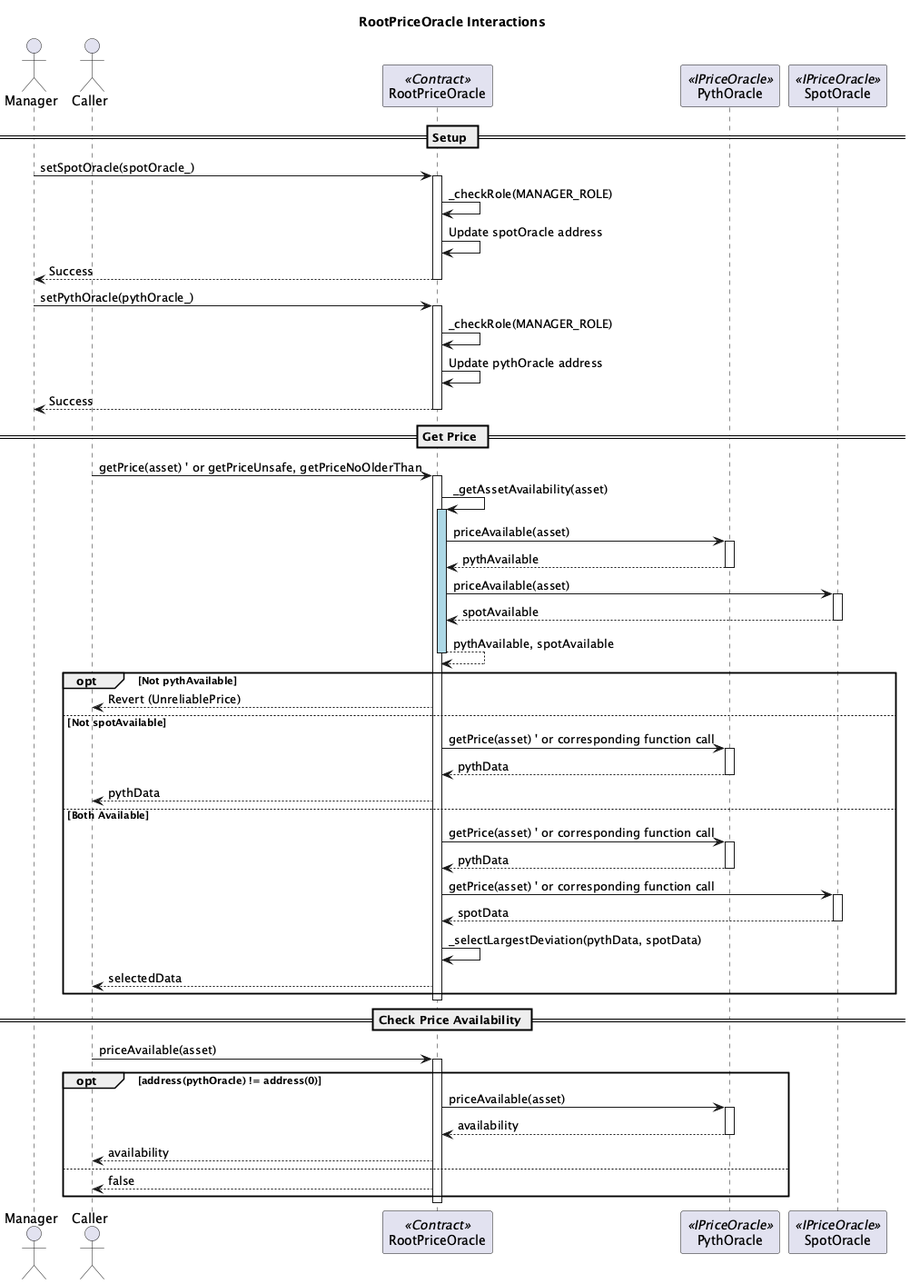
The PlantUML diagram diagrams/diag-images/extras/RootPriceOracle_Sequence.png in swollows/berachain-core, before a commit.
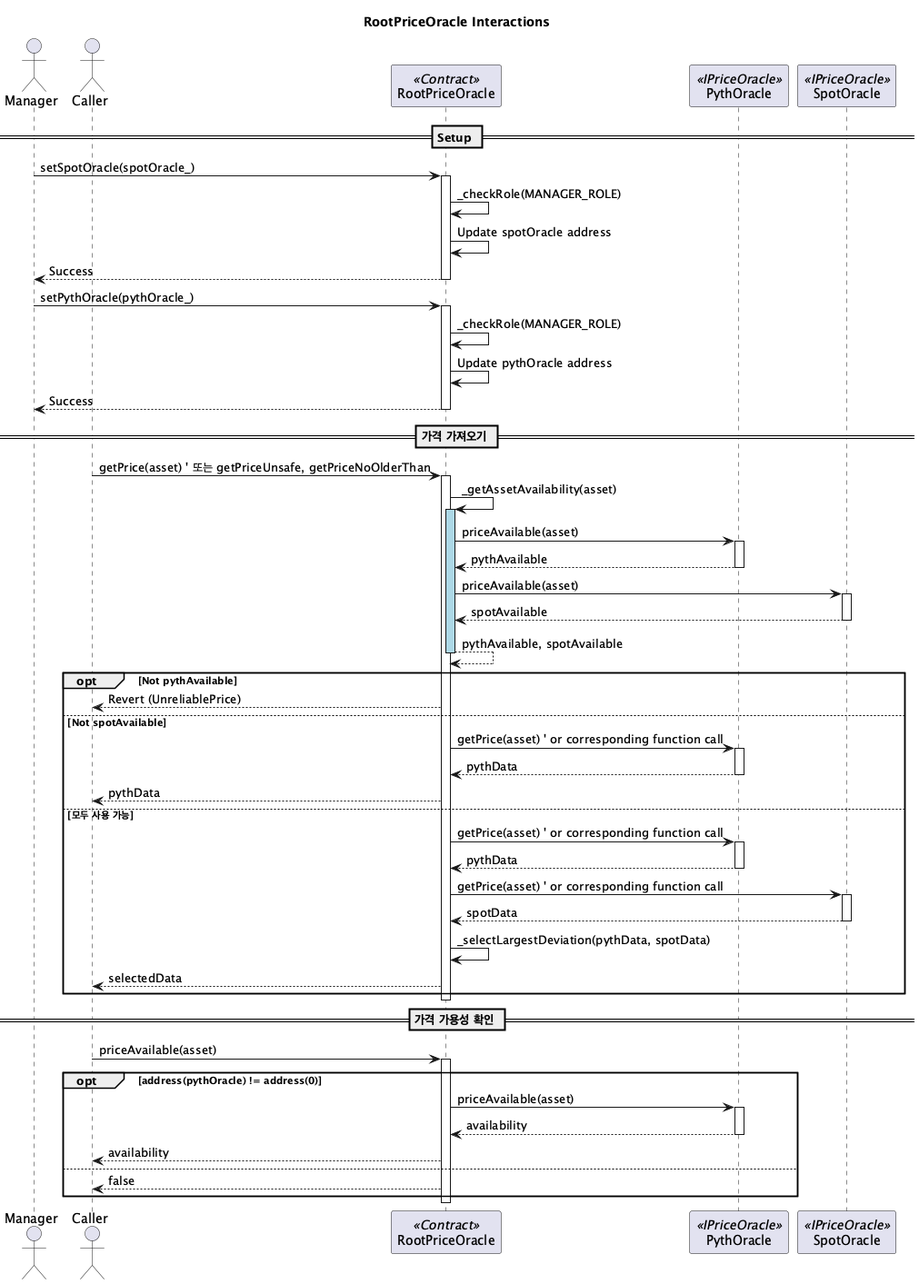
After the change.

Change to the diagram source:
```diff
@@ -22,8 +22,8 @@
 RootPriceOracle --> Manager: Success
 deactivate RootPriceOracle
 
-== Get Price ==
-Caller -> RootPriceOracle: getPrice(asset) ' or getPriceUnsafe, getPriceNoOlderThan
+== 가격 가져오기 ==
+Caller -> RootPriceOracle: getPrice(asset) ' 또는 getPriceUnsafe, getPriceNoOlderThan
 activate RootPriceOracle
 
 RootPriceOracle -> RootPriceOracle: _getAssetAvailability(asset)
@@ -47,7 +47,7 @@
  PythOracle --> RootPriceOracle: pythData
  deactivate PythOracle
  RootPriceOracle --> Caller: pythData
-else Both Available
+else 모두 사용 가능
  RootPriceOracle -> PythOracle: getPrice(asset) ' or corresponding function call
  activate PythOracle
  PythOracle --> RootPriceOracle: pythData
@@ -62,7 +62,7 @@
 
 deactivate RootPriceOracle
 
-== Check Price Availability ==
+== 가격 가용성 확인 ==
 Caller -> RootPriceOracle: priceAvailable(asset)
 activate RootPriceOracle
 opt address(pythOracle) != address(0)
```
